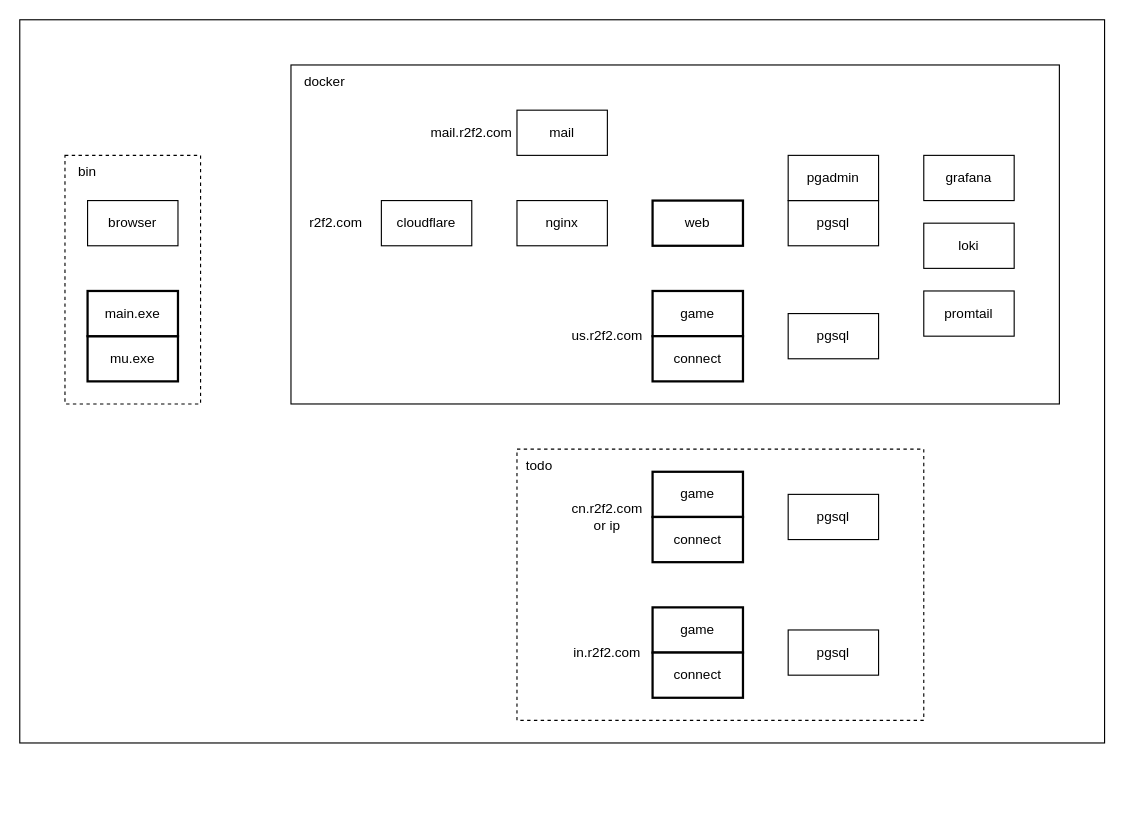
The draw.io diagram docker/deploy.drawio in xujintao/balgass, before the edit. Source tidied: cells renumbered, new cells numbered last; positions are measured from the earlier drawing's top-left corner, leaving out a move shared by most shapes. Both pictures are drawn from the tidied source at 113%, with x=0, y=0 at pixel (19, 19).
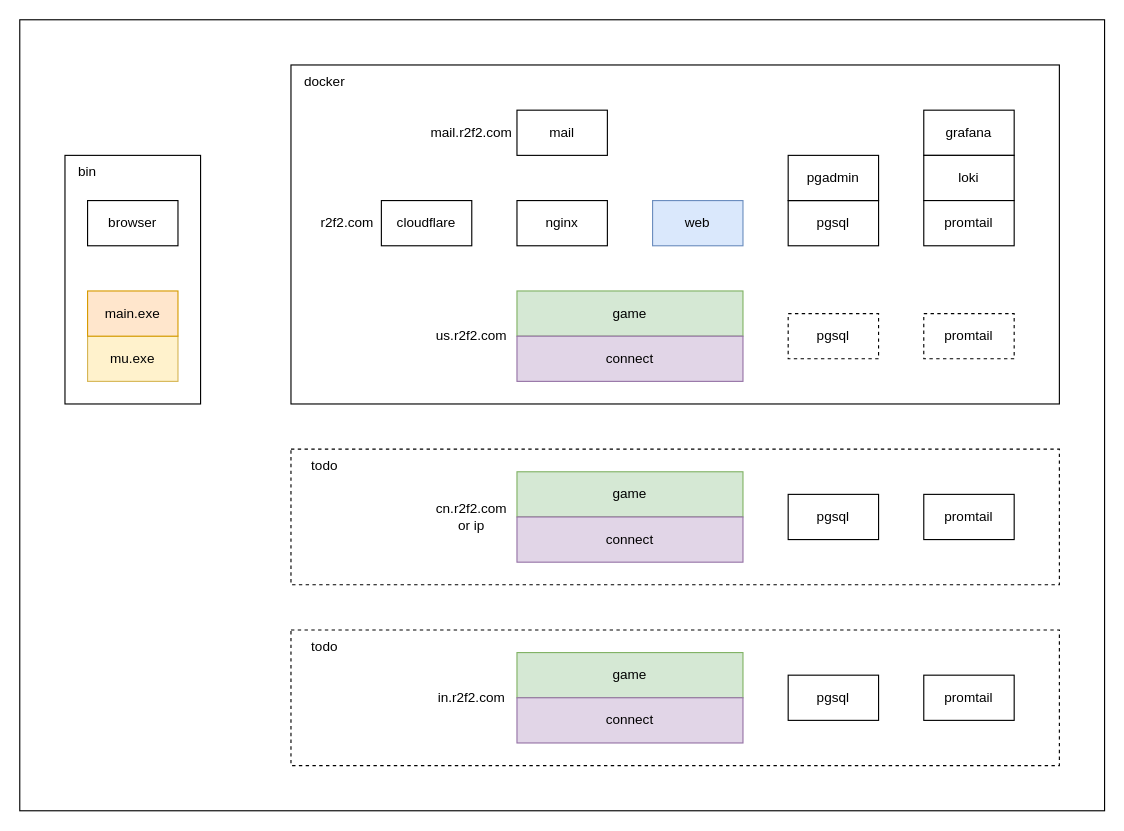
After the change.

Commit message (it also covers changes not shown here):
docker/chore: update deploy diagram

Change to the diagram source:
```diff
@@
     <mxCell id="2" style="rounded=0;whiteSpace=wrap;html=1;" parent="1" vertex="1">
-      <mxGeometry width="960" height="640" as="geometry" />
+      <mxGeometry width="960" height="700" as="geometry" />
     </mxCell>
+    <mxCell id="35" style="rounded=0;whiteSpace=wrap;html=1;dashed=1;" parent="1" vertex="1">
+      <mxGeometry x="240" y="540" width="680" height="120" as="geometry" />
+    </mxCell>
-    <mxCell id="3" style="rounded=0;whiteSpace=wrap;html=1;dashed=1;" parent="1" vertex="1">
+    <mxCell id="3" style="rounded=0;whiteSpace=wrap;html=1;" parent="1" vertex="1">
       <mxGeometry x="40" y="120" width="120" height="220" as="geometry" />
     </mxCell>
@@
     <mxCell id="5" style="rounded=0;whiteSpace=wrap;html=1;dashed=1;" parent="1" vertex="1">
-      <mxGeometry x="440" y="380" width="360" height="240" as="geometry" />
+      <mxGeometry x="240" y="380" width="680" height="120" as="geometry" />
     </mxCell>
@@
-    <mxCell id="7" value="web" style="rounded=0;whiteSpace=wrap;html=1;strokeWidth=2;" parent="1" vertex="1">
+    <mxCell id="7" value="web" style="rounded=0;whiteSpace=wrap;html=1;strokeWidth=1;fillColor=#dae8fc;strokeColor=#6c8ebf;" parent="1" vertex="1">
       <mxGeometry x="560" y="160" width="80" height="40" as="geometry" />
     </mxCell>
@@
-    <mxCell id="9" value="game" style="rounded=0;whiteSpace=wrap;html=1;strokeWidth=2;" parent="1" vertex="1">
-      <mxGeometry x="560" y="240" width="80" height="40" as="geometry" />
+    <mxCell id="9" value="game" style="rounded=0;whiteSpace=wrap;html=1;strokeWidth=1;fillColor=#d5e8d4;strokeColor=#82b366;" parent="1" vertex="1">
+      <mxGeometry x="440" y="240" width="200" height="40" as="geometry" />
     </mxCell>
-    <mxCell id="10" value="connect" style="rounded=0;whiteSpace=wrap;html=1;strokeWidth=2;" parent="1" vertex="1">
-      <mxGeometry x="560" y="280" width="80" height="40" as="geometry" />
+    <mxCell id="10" value="connect" style="rounded=0;whiteSpace=wrap;html=1;strokeWidth=1;fillColor=#e1d5e7;strokeColor=#9673a6;" parent="1" vertex="1">
+      <mxGeometry x="440" y="280" width="200" height="40" as="geometry" />
     </mxCell>
-    <mxCell id="11" value="pgsql" style="rounded=0;whiteSpace=wrap;html=1;" parent="1" vertex="1">
+    <mxCell id="11" value="pgsql" style="rounded=0;whiteSpace=wrap;html=1;dashed=1;" parent="1" vertex="1">
       <mxGeometry x="680" y="260" width="80" height="40" as="geometry" />
     </mxCell>
     <mxCell id="12" value="us.r2f2.com" style="text;html=1;strokeColor=none;fillColor=none;align=center;verticalAlign=middle;whiteSpace=wrap;rounded=0;" parent="1" vertex="1">
-      <mxGeometry x="490" y="265" width="60" height="30" as="geometry" />
+      <mxGeometry x="370" y="265" width="60" height="30" as="geometry" />
     </mxCell>
-    <mxCell id="13" value="game" style="rounded=0;whiteSpace=wrap;html=1;strokeWidth=2;" parent="1" vertex="1">
-      <mxGeometry x="560" y="400" width="80" height="40" as="geometry" />
+    <mxCell id="13" value="game" style="rounded=0;whiteSpace=wrap;html=1;strokeWidth=1;fillColor=#d5e8d4;strokeColor=#82b366;" parent="1" vertex="1">
+      <mxGeometry x="440" y="400" width="200" height="40" as="geometry" />
     </mxCell>
-    <mxCell id="14" value="connect" style="rounded=0;whiteSpace=wrap;html=1;strokeWidth=2;" parent="1" vertex="1">
-      <mxGeometry x="560" y="440" width="80" height="40" as="geometry" />
+    <mxCell id="14" value="connect" style="rounded=0;whiteSpace=wrap;html=1;strokeWidth=1;fillColor=#e1d5e7;strokeColor=#9673a6;" parent="1" vertex="1">
+      <mxGeometry x="440" y="440" width="200" height="40" as="geometry" />
     </mxCell>
@@
     <mxCell id="16" value="cn.r2f2.com&lt;br&gt;or ip" style="text;html=1;strokeColor=none;fillColor=none;align=center;verticalAlign=middle;whiteSpace=wrap;rounded=0;" parent="1" vertex="1">
-      <mxGeometry x="490" y="425" width="60" height="30" as="geometry" />
+      <mxGeometry x="370" y="425" width="60" height="30" as="geometry" />
     </mxCell>
-    <mxCell id="17" value="game" style="rounded=0;whiteSpace=wrap;html=1;strokeWidth=2;" parent="1" vertex="1">
-      <mxGeometry x="560" y="520" width="80" height="40" as="geometry" />
+    <mxCell id="17" value="game" style="rounded=0;whiteSpace=wrap;html=1;strokeWidth=1;fillColor=#d5e8d4;strokeColor=#82b366;" parent="1" vertex="1">
+      <mxGeometry x="440" y="560" width="200" height="40" as="geometry" />
     </mxCell>
-    <mxCell id="18" value="connect" style="rounded=0;whiteSpace=wrap;html=1;strokeWidth=2;" parent="1" vertex="1">
-      <mxGeometry x="560" y="560" width="80" height="40" as="geometry" />
+    <mxCell id="18" value="connect" style="rounded=0;whiteSpace=wrap;html=1;strokeWidth=1;fillColor=#e1d5e7;strokeColor=#9673a6;" parent="1" vertex="1">
+      <mxGeometry x="440" y="600" width="200" height="40" as="geometry" />
     </mxCell>
     <mxCell id="19" value="pgsql" style="rounded=0;whiteSpace=wrap;html=1;" parent="1" vertex="1">
-      <mxGeometry x="680" y="540" width="80" height="40" as="geometry" />
+      <mxGeometry x="680" y="580" width="80" height="40" as="geometry" />
     </mxCell>
     <mxCell id="20" value="in.r2f2.com" style="text;html=1;strokeColor=none;fillColor=none;align=center;verticalAlign=middle;whiteSpace=wrap;rounded=0;" parent="1" vertex="1">
-      <mxGeometry x="490" y="545" width="60" height="30" as="geometry" />
+      <mxGeometry x="370" y="585" width="60" height="30" as="geometry" />
     </mxCell>
     <mxCell id="21" value="r2f2.com" style="text;html=1;strokeColor=none;fillColor=none;align=center;verticalAlign=middle;whiteSpace=wrap;rounded=0;" parent="1" vertex="1">
-      <mxGeometry x="250" y="165" width="60" height="30" as="geometry" />
+      <mxGeometry x="260" y="165" width="60" height="30" as="geometry" />
     </mxCell>
@@
     <mxCell id="25" value="grafana" style="rounded=0;whiteSpace=wrap;html=1;" parent="1" vertex="1">
-      <mxGeometry x="800" y="120" width="80" height="40" as="geometry" />
+      <mxGeometry x="800" y="80" width="80" height="40" as="geometry" />
     </mxCell>
     <mxCell id="26" value="loki" style="rounded=0;whiteSpace=wrap;html=1;" parent="1" vertex="1">
-      <mxGeometry x="800" y="180" width="80" height="40" as="geometry" />
+      <mxGeometry x="800" y="120" width="80" height="40" as="geometry" />
     </mxCell>
-    <mxCell id="27" value="promtail" style="rounded=0;whiteSpace=wrap;html=1;" parent="1" vertex="1">
-      <mxGeometry x="800" y="240" width="80" height="40" as="geometry" />
+    <mxCell id="27" value="promtail" style="rounded=0;whiteSpace=wrap;html=1;dashed=1;" parent="1" vertex="1">
+      <mxGeometry x="800" y="260" width="80" height="40" as="geometry" />
     </mxCell>
@@
-    <mxCell id="29" value="mu.exe" style="rounded=0;whiteSpace=wrap;html=1;strokeWidth=2;" parent="1" vertex="1">
+    <mxCell id="29" value="mu.exe" style="rounded=0;whiteSpace=wrap;html=1;strokeWidth=1;fillColor=#fff2cc;strokeColor=#d6b656;" parent="1" vertex="1">
       <mxGeometry x="60" y="280" width="80" height="40" as="geometry" />
     </mxCell>
-    <mxCell id="30" value="main.exe" style="rounded=0;whiteSpace=wrap;html=1;strokeWidth=2;" parent="1" vertex="1">
+    <mxCell id="30" value="main.exe" style="rounded=0;whiteSpace=wrap;html=1;strokeWidth=1;fillColor=#ffe6cc;strokeColor=#d79b00;" parent="1" vertex="1">
       <mxGeometry x="60" y="240" width="80" height="40" as="geometry" />
     </mxCell>
@@
     <mxCell id="34" value="todo" style="text;html=1;align=center;verticalAlign=middle;whiteSpace=wrap;rounded=0;" parent="1" vertex="1">
-      <mxGeometry x="430" y="380" width="60" height="30" as="geometry" />
+      <mxGeometry x="240" y="380" width="60" height="30" as="geometry" />
     </mxCell>
+    <mxCell id="36" value="promtail" style="rounded=0;whiteSpace=wrap;html=1;" parent="1" vertex="1">
+      <mxGeometry x="800" y="420" width="80" height="40" as="geometry" />
+    </mxCell>
+    <mxCell id="37" value="promtail" style="rounded=0;whiteSpace=wrap;html=1;" parent="1" vertex="1">
+      <mxGeometry x="800" y="580" width="80" height="40" as="geometry" />
+    </mxCell>
+    <mxCell id="38" value="promtail" style="rounded=0;whiteSpace=wrap;html=1;" parent="1" vertex="1">
+      <mxGeometry x="800" y="160" width="80" height="40" as="geometry" />
+    </mxCell>
+    <mxCell id="39" value="todo" style="text;html=1;align=center;verticalAlign=middle;whiteSpace=wrap;rounded=0;" parent="1" vertex="1">
+      <mxGeometry x="240" y="540" width="60" height="30" as="geometry" />
+    </mxCell>
```
